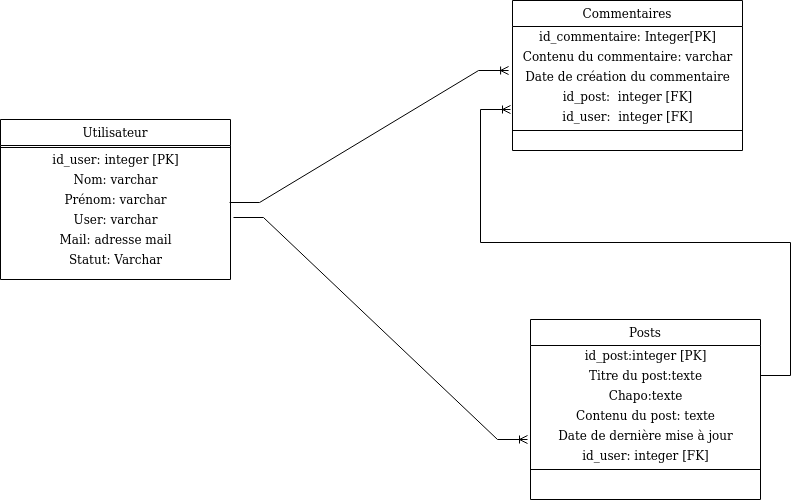
Above: diagramme_UML/mpd.png in marinejourdan/blog (draw.io), before the change. Source tidied: cells renumbered, new cells last; positions are measured from the earlier drawing's top-left corner, leaving out a move shared by most shapes. Its diagram source:
```xml
<mxGraphModel>
  <root>
    <mxCell id="0" />
    <mxCell id="1" parent="0" />
    <mxCell id="2" value="Posts" style="swimlane;fontStyle=0;align=center;verticalAlign=top;horizontal=1;startSize=26;rounded=0;shadow=0;strokeWidth=1;" parent="1" vertex="1">
      <mxGeometry x="530" y="319" width="230" height="180" as="geometry" />
    </mxCell>
    <mxCell id="3" value="id_post:integer [PK]" style="text;html=1;align=center;verticalAlign=middle;strokeColor=none;fillColor=none;" parent="2" vertex="1">
      <mxGeometry y="26" width="230" height="20" as="geometry" />
    </mxCell>
    <mxCell id="4" value="Titre du post:texte" style="text;html=1;align=center;verticalAlign=middle;points=[];strokeColor=none;fillColor=none;" parent="2" vertex="1">
      <mxGeometry y="46" width="230" height="20" as="geometry" />
    </mxCell>
    <mxCell id="5" value="Chapo:texte" style="text;html=1;align=center;verticalAlign=middle;strokeColor=none;fillColor=none;" parent="2" vertex="1">
      <mxGeometry y="66" width="230" height="20" as="geometry" />
    </mxCell>
    <mxCell id="6" value="Contenu du post: texte" style="text;html=1;align=center;verticalAlign=middle;strokeColor=none;fillColor=none;" parent="2" vertex="1">
      <mxGeometry y="86" width="230" height="20" as="geometry" />
    </mxCell>
    <mxCell id="7" value="Date de dernière mise à jour" style="text;html=1;align=center;verticalAlign=middle;strokeColor=none;fillColor=none;" parent="2" vertex="1">
      <mxGeometry y="106" width="230" height="20" as="geometry" />
    </mxCell>
    <mxCell id="8" value="id_user: integer [FK]" style="text;html=1;align=center;verticalAlign=middle;strokeColor=none;fillColor=none;" parent="2" vertex="1">
      <mxGeometry y="126" width="230" height="20" as="geometry" />
    </mxCell>
    <mxCell id="9" style="line;strokeWidth=1;fillColor=none;align=left;verticalAlign=middle;spacingTop=-1;spacingLeft=3;spacingRight=3;labelPosition=right;" parent="2" vertex="1">
      <mxGeometry y="146" width="230" height="8" as="geometry" />
    </mxCell>
    <mxCell id="10" value="Commentaires" style="swimlane;fontStyle=0;align=center;verticalAlign=top;horizontal=1;startSize=26;rounded=0;shadow=0;strokeWidth=1;" parent="1" vertex="1">
      <mxGeometry x="512" width="230" height="150" as="geometry" />
    </mxCell>
    <mxCell id="11" value="id_commentaire: Integer[PK]" style="text;html=1;align=center;verticalAlign=middle;strokeColor=none;fillColor=none;" parent="10" vertex="1">
      <mxGeometry y="26" width="230" height="20" as="geometry" />
    </mxCell>
    <mxCell id="12" value="Contenu du commentaire: varchar" style="text;html=1;align=center;verticalAlign=middle;strokeColor=none;fillColor=none;" parent="10" vertex="1">
      <mxGeometry y="46" width="230" height="20" as="geometry" />
    </mxCell>
    <mxCell id="13" value="Date de création du commentaire" style="text;html=1;align=center;verticalAlign=middle;strokeColor=none;fillColor=none;" parent="10" vertex="1">
      <mxGeometry y="66" width="230" height="20" as="geometry" />
    </mxCell>
    <mxCell id="14" value="id_post:&amp;nbsp; integer [FK]" style="text;html=1;align=center;verticalAlign=middle;strokeColor=none;fillColor=none;" parent="10" vertex="1">
      <mxGeometry y="86" width="230" height="20" as="geometry" />
    </mxCell>
    <mxCell id="15" value="id_user:&amp;nbsp; integer [FK]" style="text;html=1;align=center;verticalAlign=middle;strokeColor=none;fillColor=none;" parent="10" vertex="1">
      <mxGeometry y="106" width="230" height="20" as="geometry" />
    </mxCell>
    <mxCell id="16" style="line;strokeWidth=1;fillColor=none;align=left;verticalAlign=middle;spacingTop=-1;spacingLeft=3;spacingRight=3;labelPosition=right;" parent="10" vertex="1">
      <mxGeometry y="126" width="230" height="8" as="geometry" />
    </mxCell>
    <mxCell id="17" value="Utilisateur" style="swimlane;fontStyle=0;align=center;verticalAlign=top;horizontal=1;startSize=26;rounded=0;shadow=0;strokeWidth=1;" parent="1" vertex="1">
      <mxGeometry y="119" width="230" height="160" as="geometry" />
    </mxCell>
    <mxCell id="18" style="line;strokeWidth=1;fillColor=none;align=left;verticalAlign=middle;spacingTop=-1;spacingLeft=3;spacingRight=3;labelPosition=right;" parent="17" vertex="1">
      <mxGeometry y="26" width="230" height="4" as="geometry" />
    </mxCell>
    <mxCell id="19" value="id_user: integer [PK]" style="text;html=1;align=center;verticalAlign=middle;strokeColor=none;fillColor=none;" parent="17" vertex="1">
      <mxGeometry y="30" width="230" height="20" as="geometry" />
    </mxCell>
    <mxCell id="20" value="Nom: varchar" style="text;html=1;align=center;verticalAlign=middle;strokeColor=none;fillColor=none;" parent="17" vertex="1">
      <mxGeometry y="50" width="230" height="20" as="geometry" />
    </mxCell>
    <mxCell id="21" value="Prénom: varchar" style="text;html=1;align=center;verticalAlign=middle;points=[];strokeColor=none;fillColor=none;" parent="17" vertex="1">
      <mxGeometry y="70" width="230" height="20" as="geometry" />
    </mxCell>
    <mxCell id="22" value="User: varchar" style="text;html=1;align=center;verticalAlign=middle;points=[];strokeColor=none;fillColor=none;" parent="17" vertex="1">
      <mxGeometry y="90" width="230" height="20" as="geometry" />
    </mxCell>
    <mxCell id="23" value="Mail: adresse mail" style="text;html=1;align=center;verticalAlign=middle;strokeColor=none;fillColor=none;" parent="17" vertex="1">
      <mxGeometry y="110" width="230" height="20" as="geometry" />
    </mxCell>
    <mxCell id="24" value="Statut: Varchar" style="text;html=1;align=center;verticalAlign=middle;strokeColor=none;fillColor=none;" parent="17" vertex="1">
      <mxGeometry y="130" width="230" height="20" as="geometry" />
    </mxCell>
    <mxCell id="25" style="edgeStyle=entityRelationEdgeStyle;fontSize=12;html=1;endArrow=ERoneToMany;rounded=0;entryX=-0.017;entryY=0.2;entryDx=0;entryDy=0;entryPerimeter=0;exitX=0.996;exitY=0.65;exitDx=0;exitDy=0;exitPerimeter=0;" parent="1" edge="1" source="21">
      <mxGeometry relative="1" as="geometry">
        <mxPoint x="508.1" y="70" as="targetPoint" />
      </mxGeometry>
    </mxCell>
    <mxCell id="26" style="edgeStyle=entityRelationEdgeStyle;fontSize=12;html=1;endArrow=ERoneToMany;rounded=0;entryX=-0.013;entryY=0.7;entryDx=0;entryDy=0;entryPerimeter=0;exitX=1.013;exitY=0.4;exitDx=0;exitDy=0;exitPerimeter=0;" parent="1" edge="1" source="22">
      <mxGeometry relative="1" as="geometry">
        <mxPoint x="527" y="439" as="targetPoint" />
      </mxGeometry>
    </mxCell>
    <mxCell id="27" style="edgeStyle=entityRelationEdgeStyle;fontSize=12;html=1;endArrow=ERoneToMany;rounded=0;" parent="1" edge="1" source="4">
      <mxGeometry relative="1" as="geometry">
        <mxPoint x="510" y="109" as="targetPoint" />
      </mxGeometry>
    </mxCell>
  </root>
</mxGraphModel>
```
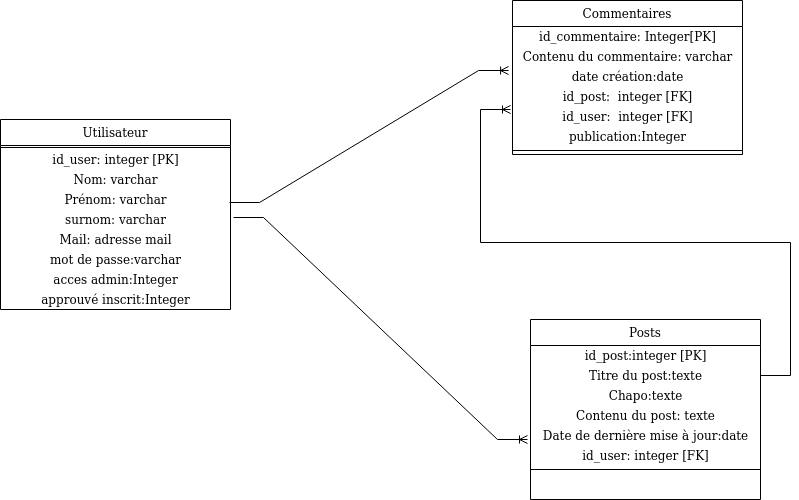
The same file after the commit.

Change to the diagram source:
```diff
@@ -17,7 +17,7 @@
     <mxCell id="6" value="Contenu du post: texte" style="text;html=1;align=center;verticalAlign=middle;strokeColor=none;fillColor=none;" parent="2" vertex="1">
       <mxGeometry y="86" width="230" height="20" as="geometry" />
     </mxCell>
-    <mxCell id="7" value="Date de dernière mise à jour" style="text;html=1;align=center;verticalAlign=middle;strokeColor=none;fillColor=none;" parent="2" vertex="1">
+    <mxCell id="7" value="Date de dernière mise à jour:date" style="text;html=1;align=center;verticalAlign=middle;strokeColor=none;fillColor=none;" parent="2" vertex="1">
       <mxGeometry y="106" width="230" height="20" as="geometry" />
     </mxCell>
     <mxCell id="8" value="id_user: integer [FK]" style="text;html=1;align=center;verticalAlign=middle;strokeColor=none;fillColor=none;" parent="2" vertex="1">
@@ -27,7 +27,7 @@
       <mxGeometry y="146" width="230" height="8" as="geometry" />
     </mxCell>
     <mxCell id="10" value="Commentaires" style="swimlane;fontStyle=0;align=center;verticalAlign=top;horizontal=1;startSize=26;rounded=0;shadow=0;strokeWidth=1;" parent="1" vertex="1">
-      <mxGeometry x="512" width="230" height="150" as="geometry" />
+      <mxGeometry x="512" width="230" height="154" as="geometry" />
     </mxCell>
     <mxCell id="11" value="id_commentaire: Integer[PK]" style="text;html=1;align=center;verticalAlign=middle;strokeColor=none;fillColor=none;" parent="10" vertex="1">
       <mxGeometry y="26" width="230" height="20" as="geometry" />
@@ -35,7 +35,7 @@
     <mxCell id="12" value="Contenu du commentaire: varchar" style="text;html=1;align=center;verticalAlign=middle;strokeColor=none;fillColor=none;" parent="10" vertex="1">
       <mxGeometry y="46" width="230" height="20" as="geometry" />
     </mxCell>
-    <mxCell id="13" value="Date de création du commentaire" style="text;html=1;align=center;verticalAlign=middle;strokeColor=none;fillColor=none;" parent="10" vertex="1">
+    <mxCell id="13" value="date création:date" style="text;html=1;align=center;verticalAlign=middle;strokeColor=none;fillColor=none;" parent="10" vertex="1">
       <mxGeometry y="66" width="230" height="20" as="geometry" />
     </mxCell>
     <mxCell id="14" value="id_post:&amp;nbsp; integer [FK]" style="text;html=1;align=center;verticalAlign=middle;strokeColor=none;fillColor=none;" parent="10" vertex="1">
@@ -44,11 +44,14 @@
     <mxCell id="15" value="id_user:&amp;nbsp; integer [FK]" style="text;html=1;align=center;verticalAlign=middle;strokeColor=none;fillColor=none;" parent="10" vertex="1">
       <mxGeometry y="106" width="230" height="20" as="geometry" />
     </mxCell>
+    <mxCell id="28" value="publication:Integer" style="text;html=1;align=center;verticalAlign=middle;strokeColor=none;fillColor=none;" parent="10" vertex="1">
+      <mxGeometry y="126" width="230" height="20" as="geometry" />
+    </mxCell>
     <mxCell id="16" style="line;strokeWidth=1;fillColor=none;align=left;verticalAlign=middle;spacingTop=-1;spacingLeft=3;spacingRight=3;labelPosition=right;" parent="10" vertex="1">
-      <mxGeometry y="126" width="230" height="8" as="geometry" />
+      <mxGeometry y="146" width="230" height="8" as="geometry" />
     </mxCell>
     <mxCell id="17" value="Utilisateur" style="swimlane;fontStyle=0;align=center;verticalAlign=top;horizontal=1;startSize=26;rounded=0;shadow=0;strokeWidth=1;" parent="1" vertex="1">
-      <mxGeometry y="119" width="230" height="160" as="geometry" />
+      <mxGeometry y="119" width="230" height="190" as="geometry" />
     </mxCell>
     <mxCell id="18" style="line;strokeWidth=1;fillColor=none;align=left;verticalAlign=middle;spacingTop=-1;spacingLeft=3;spacingRight=3;labelPosition=right;" parent="17" vertex="1">
       <mxGeometry y="26" width="230" height="4" as="geometry" />
@@ -62,14 +65,20 @@
     <mxCell id="21" value="Prénom: varchar" style="text;html=1;align=center;verticalAlign=middle;points=[];strokeColor=none;fillColor=none;" parent="17" vertex="1">
       <mxGeometry y="70" width="230" height="20" as="geometry" />
     </mxCell>
-    <mxCell id="22" value="User: varchar" style="text;html=1;align=center;verticalAlign=middle;points=[];strokeColor=none;fillColor=none;" parent="17" vertex="1">
+    <mxCell id="22" value="surnom: varchar" style="text;html=1;align=center;verticalAlign=middle;points=[];strokeColor=none;fillColor=none;" parent="17" vertex="1">
       <mxGeometry y="90" width="230" height="20" as="geometry" />
     </mxCell>
     <mxCell id="23" value="Mail: adresse mail" style="text;html=1;align=center;verticalAlign=middle;strokeColor=none;fillColor=none;" parent="17" vertex="1">
       <mxGeometry y="110" width="230" height="20" as="geometry" />
     </mxCell>
+    <mxCell id="29" value="mot de passe:varchar" style="text;html=1;align=center;verticalAlign=middle;strokeColor=none;fillColor=none;" parent="17" vertex="1">
+      <mxGeometry y="130" width="230" height="20" as="geometry" />
+    </mxCell>
+    <mxCell id="30" value="acces admin:Integer" style="text;html=1;align=center;verticalAlign=middle;strokeColor=none;fillColor=none;" parent="17" vertex="1">
+      <mxGeometry y="150" width="230" height="20" as="geometry" />
+    </mxCell>
-    <mxCell id="24" value="Statut: Varchar" style="text;html=1;align=center;verticalAlign=middle;strokeColor=none;fillColor=none;" parent="17" vertex="1">
-      <mxGeometry y="130" width="230" height="20" as="geometry" />
+    <mxCell id="24" value="approuvé inscrit:Integer" style="text;html=1;align=center;verticalAlign=middle;strokeColor=none;fillColor=none;" parent="17" vertex="1">
+      <mxGeometry y="170" width="230" height="20" as="geometry" />
     </mxCell>
     <mxCell id="25" style="edgeStyle=entityRelationEdgeStyle;fontSize=12;html=1;endArrow=ERoneToMany;rounded=0;entryX=-0.017;entryY=0.2;entryDx=0;entryDy=0;entryPerimeter=0;exitX=0.996;exitY=0.65;exitDx=0;exitDy=0;exitPerimeter=0;" parent="1" edge="1" source="21">
       <mxGeometry relative="1" as="geometry">
```
